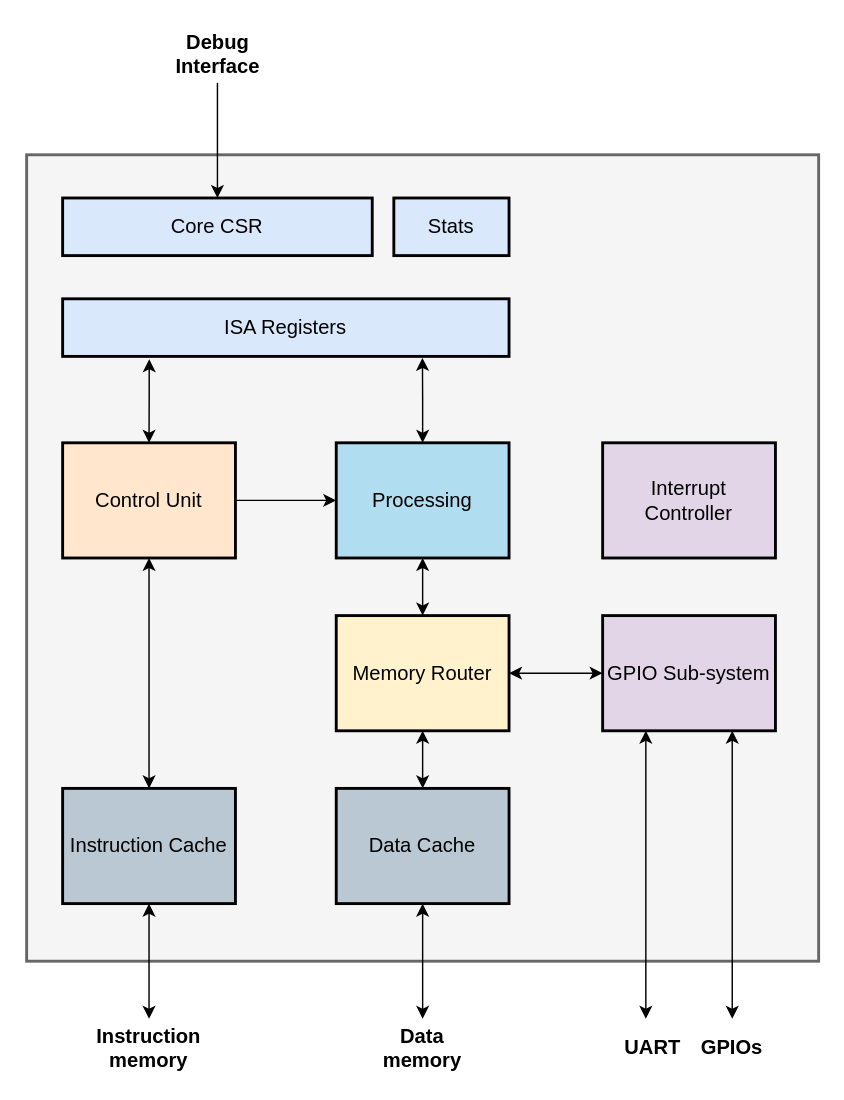
This is page "Overview" (1 of 5) of doc/friscv.drawio from dpretet/friscv, a draw.io file, before an edit. Source tidied: cells renumbered, new cells numbered last; positions are measured from the earlier drawing's top-left corner, leaving out a move shared by most shapes. Both pictures are drawn from the tidied source at 144%, with x=0, y=0 at pixel (26, 24).
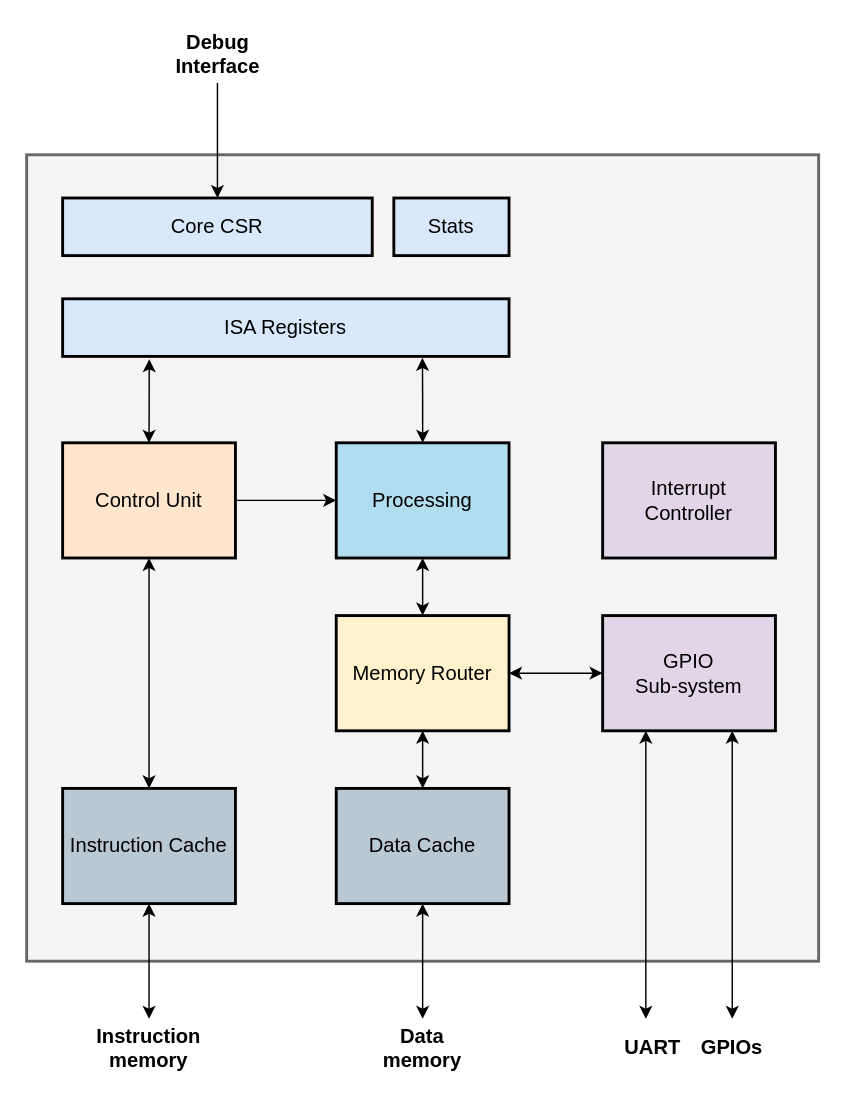
Above is the later version.

The edit, as a diff of the source:
```diff
@@
-    <mxCell id="27" value="GPIO Sub-system" style="rounded=0;whiteSpace=wrap;html=1;fillColor=#e1d5e7;strokeWidth=2;fontSize=14;" parent="1" vertex="1">
+    <mxCell id="27" value="GPIO &lt;br&gt;Sub-system" style="rounded=0;whiteSpace=wrap;html=1;fillColor=#e1d5e7;strokeWidth=2;fontSize=14;" parent="1" vertex="1">
       <mxGeometry x="400" y="410" width="120" height="80" as="geometry" />
     </mxCell>
```
